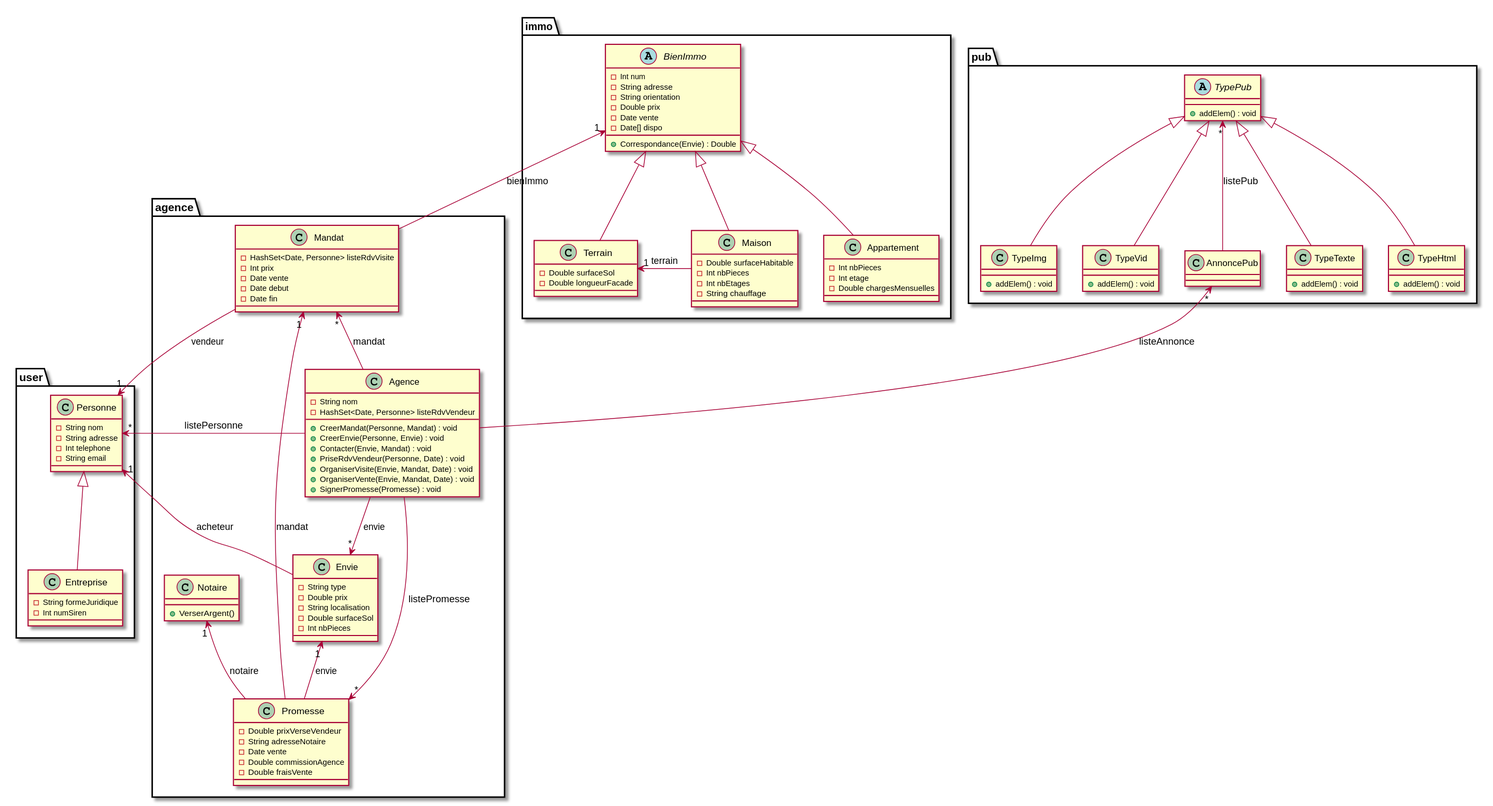
This is DOC/UML/diagClass.svg from DenisGuiraudet/MIASHS_UML_PTUT, a PlantUML export, as it was before one commit. Its diagram source:
```plantuml
@startuml

package user {

  class Personne {
    -String nom
    -String adresse
    -Int telephone
    -String email
  }

  class Entreprise {
    -String formeJuridique
    -Int numSiren
  }

  Entreprise -up-|> Personne

}

package agence {

  class Agence {
    -String nom
    -HashSet<Date, Personne> listeRdvVendeur
    +CreerMandat(Personne, Mandat) : void
    +CreerEnvie(Personne, Envie) : void
    +Contacter(Envie, Mandat) : void
    +PriseRdvVendeur(Personne, Date) : void
    +OrganiserVisite(Envie, Mandat, Date) : void
    +OrganiserVente(Envie, Mandat, Date) : void
    +SignerPromesse(Promesse) : void
  }

  Personne "*"<-- Agence : "listePersonne"

  class Envie {
    -String type
    -Double prix
    -String localisation
    -Double surfaceSol
    -Int nbPieces
  }

  class Mandat {
    -HashSet<Date, Personne> listeRdvVisite
    -Int prix
    -Date vente
    -Date debut
    -Date fin
  }

  Agence -up->"*" Mandat : "mandat"
  Agence -->"*" Envie : "envie"

  Envie -->"1" Personne : "acheteur"
  Mandat -->"1" Personne : "vendeur"

  class Promesse {
    -Double prixVerseVendeur
    -String adresseNotaire
    -Date vente
    -Double commissionAgence
    -Double fraisVente
  }

  Agence -->"*" Promesse : "listePromesse"
  Mandat "1"<-- Promesse : "mandat"
  Envie "1"<-- Promesse : "envie"

  class Notaire {
    +VerserArgent()
  }

  Notaire "1"<-- Promesse : "notaire"

}

package pub {

  class AnnoncePub {
  }

  AnnoncePub "*"<-- Agence : "listeAnnonce"
  TypePub "*"<-- AnnoncePub : "listePub"

  abstract class TypePub {
    +addElem() : void
  }

  class TypeTexte {
    +addElem() : void
  }

  class TypeHtml {
    +addElem() : void
  }

  class TypeImg {
    +addElem() : void
  }

  class TypeVid {
    +addElem() : void
  }

  TypeTexte -up-|> TypePub
  TypeHtml -up-|> TypePub
  TypeImg -up-|> TypePub
  TypeVid -up-|> TypePub

}

package immo {

  abstract class BienImmo {
    -Int num
    -String adresse
    -String orientation
    -Double prix
    -Date vente
    -Date[] dispo
    +Correspondance(Envie) : Double
  }

  class Terrain {
    -Double surfaceSol
    -Double longueurFacade
  }

  class Maison {
    -Double surfaceHabitable
    -Int nbPieces
    -Int nbEtages
    -String chauffage
  }

  class Appartement {
    -Int nbPieces
    -Int etage
    -Double chargesMensuelles
  }

  BienImmo "1"<-- Mandat : "bienImmo"

  Terrain -up-|> BienImmo
  Maison -up-|> BienImmo
  Appartement -up-|> BienImmo

  Maison -left->"1" Terrain : "terrain"

}

@enduml
```
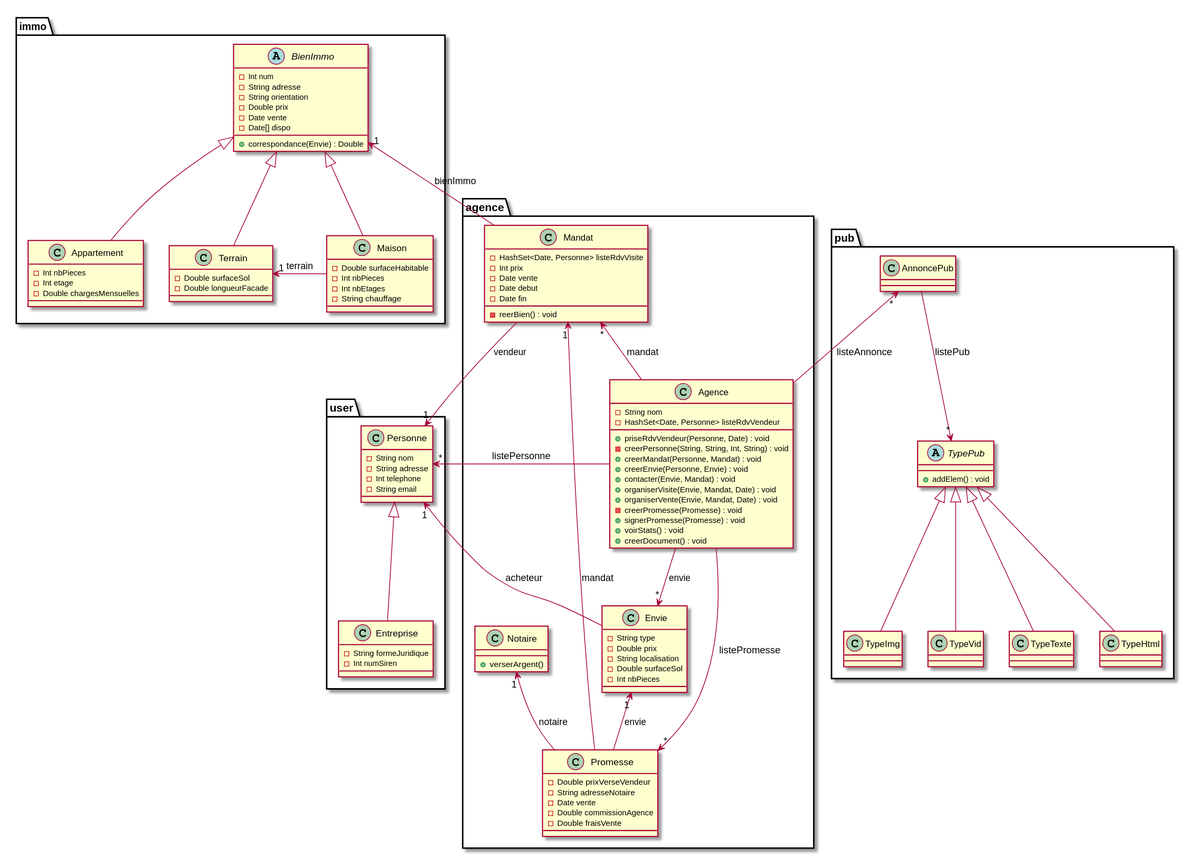
The same diagram one commit later.

The edit, as a diff of the source:
```diff
@@ -23,13 +23,17 @@
   class Agence {
     -String nom
     -HashSet<Date, Personne> listeRdvVendeur
-    +CreerMandat(Personne, Mandat) : void
-    +CreerEnvie(Personne, Envie) : void
-    +Contacter(Envie, Mandat) : void
-    +PriseRdvVendeur(Personne, Date) : void
-    +OrganiserVisite(Envie, Mandat, Date) : void
-    +OrganiserVente(Envie, Mandat, Date) : void
-    +SignerPromesse(Promesse) : void
+    +priseRdvVendeur(Personne, Date) : void
+    -creerPersonne(String, String, Int, String) : void
+    +creerMandat(Personne, Mandat) : void
+    +creerEnvie(Personne, Envie) : void
+    +contacter(Envie, Mandat) : void
+    +organiserVisite(Envie, Mandat, Date) : void
+    +organiserVente(Envie, Mandat, Date) : void
+    -creerPromesse(Promesse) : void
+    +signerPromesse(Promesse) : void
+    +voirStats() : void
+    +creerDocument() : void
   }
 
   Personne "*"<-- Agence : "listePersonne"
@@ -48,6 +52,7 @@
     -Date vente
     -Date debut
     -Date fin
+    - reerBien() : void
   }
 
   Agence -up->"*" Mandat : "mandat"
@@ -69,7 +74,7 @@
   Envie "1"<-- Promesse : "envie"
 
   class Notaire {
-    +VerserArgent()
+    +verserArgent()
   }
 
   Notaire "1"<-- Promesse : "notaire"
@@ -82,26 +87,22 @@
   }
 
   AnnoncePub "*"<-- Agence : "listeAnnonce"
-  TypePub "*"<-- AnnoncePub : "listePub"
+  TypePub "*"<-down- AnnoncePub : "listePub"
 
   abstract class TypePub {
     +addElem() : void
   }
 
   class TypeTexte {
-    +addElem() : void
   }
 
   class TypeHtml {
-    +addElem() : void
   }
 
   class TypeImg {
-    +addElem() : void
   }
 
   class TypeVid {
-    +addElem() : void
   }
 
   TypeTexte -up-|> TypePub
@@ -120,7 +121,7 @@
     -Double prix
     -Date vente
     -Date[] dispo
-    +Correspondance(Envie) : Double
+    +correspondance(Envie) : Double
   }
 
   class Terrain {
```
